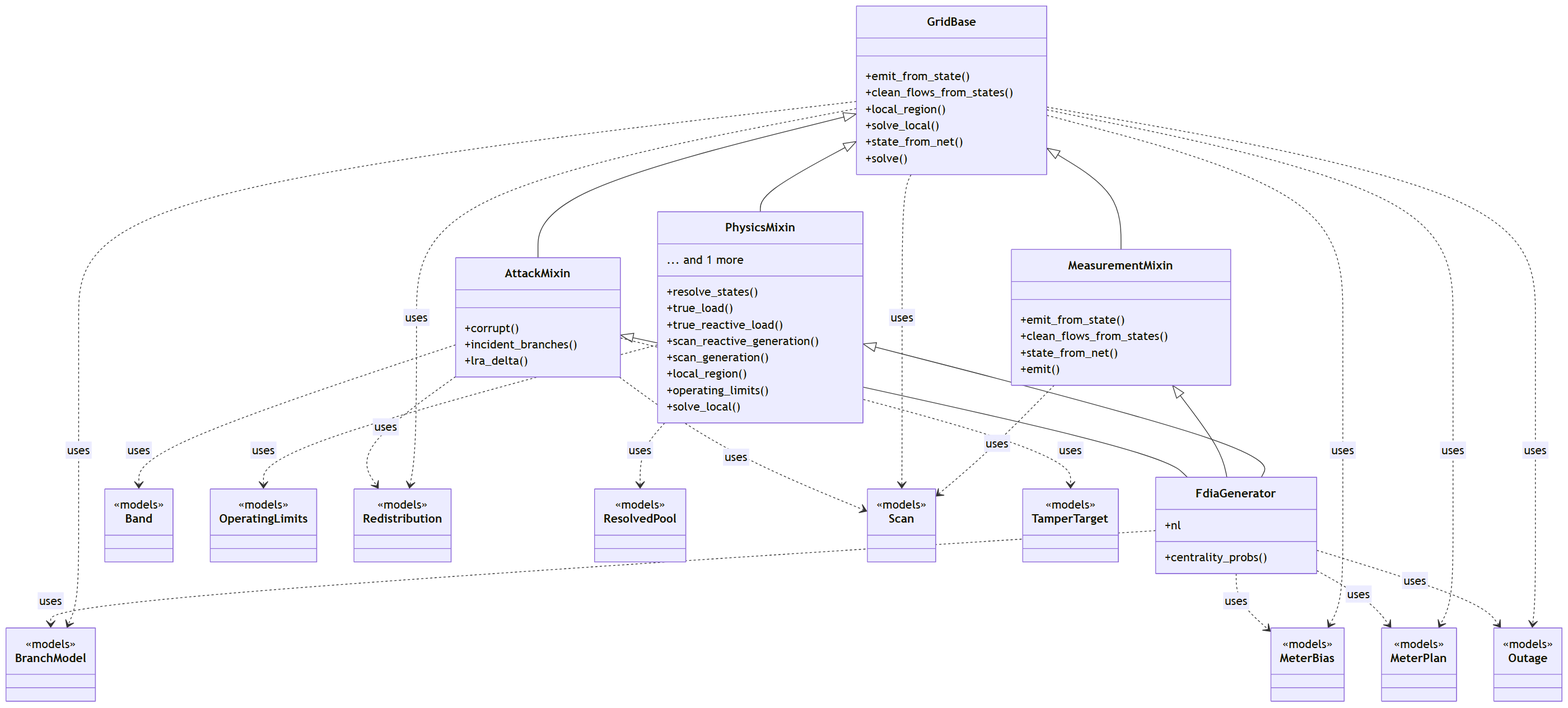
This is docs/figures/diagrams/classes_engine.png from myersben9/fdia-graph, a Mermaid export, as it was before one commit. Its source is kept beside it as docs/figures/diagrams/classes_engine.mmd.
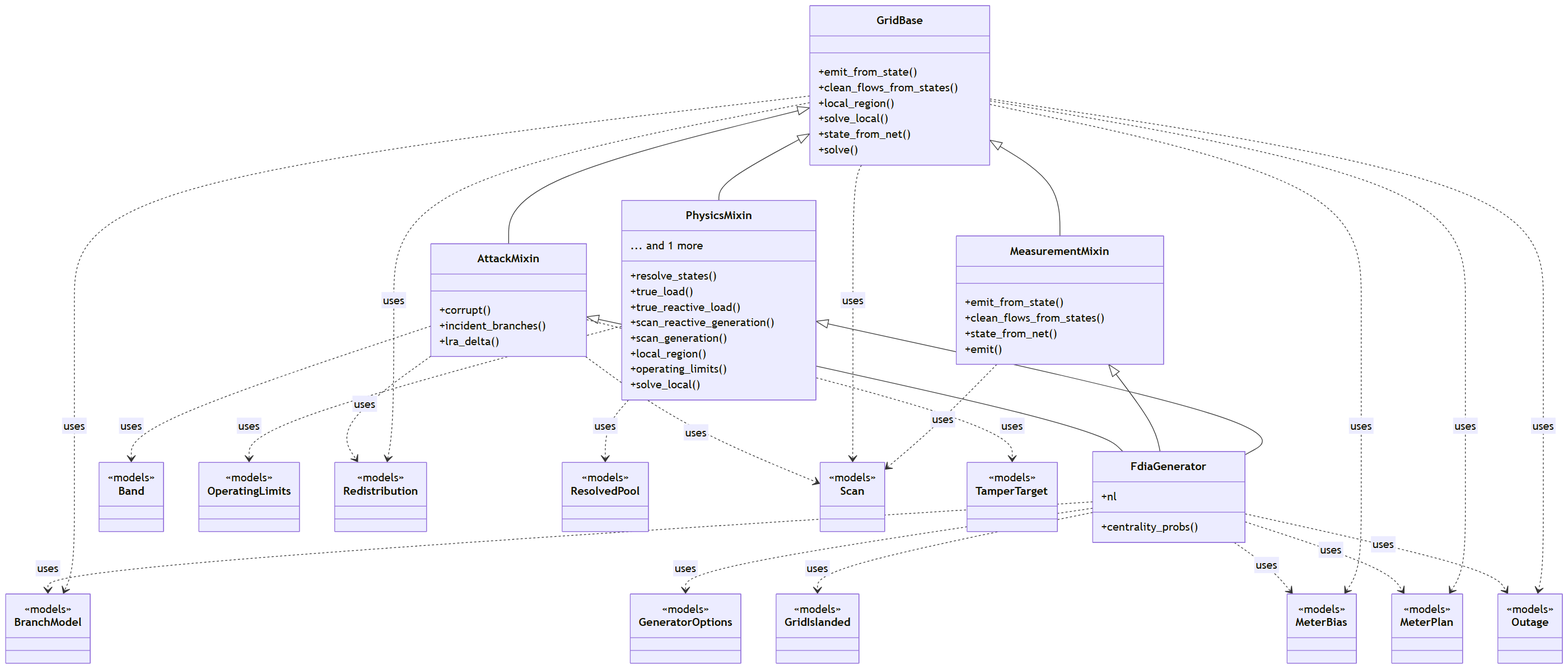
After the change.

Diff of the diagram source:
```diff
@@ -39,6 +39,12 @@
     class BranchModel {
         <<models>>
     }
+    class GeneratorOptions {
+        <<models>>
+    }
+    class GridIslanded {
+        <<models>>
+    }
     class MeterBias {
         <<models>>
     }
@@ -74,6 +80,8 @@
     AttackMixin ..> Scan : uses
     AttackMixin ..> TamperTarget : uses
     FdiaGenerator ..> BranchModel : uses
+    FdiaGenerator ..> GeneratorOptions : uses
+    FdiaGenerator ..> GridIslanded : uses
     FdiaGenerator ..> MeterBias : uses
     FdiaGenerator ..> MeterPlan : uses
     FdiaGenerator ..> Outage : uses
```
